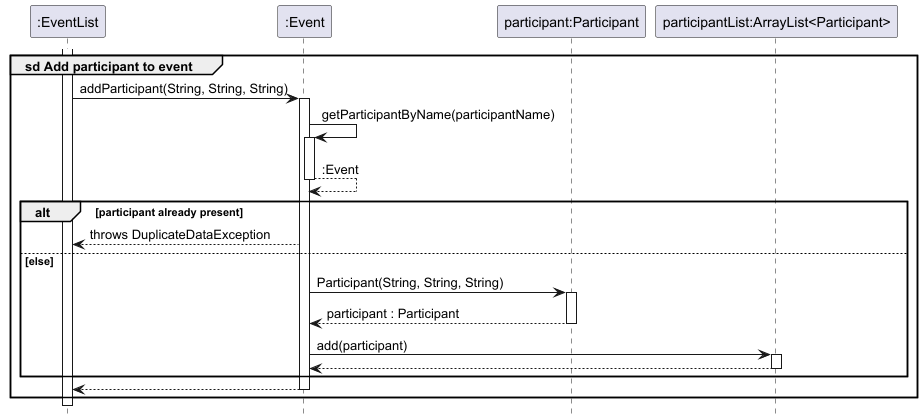
The PlantUML diagram docs/images/AddParticipantEventSequenceDiagram.png in nus-cs2113-AY2425S1/tp, before a commit.
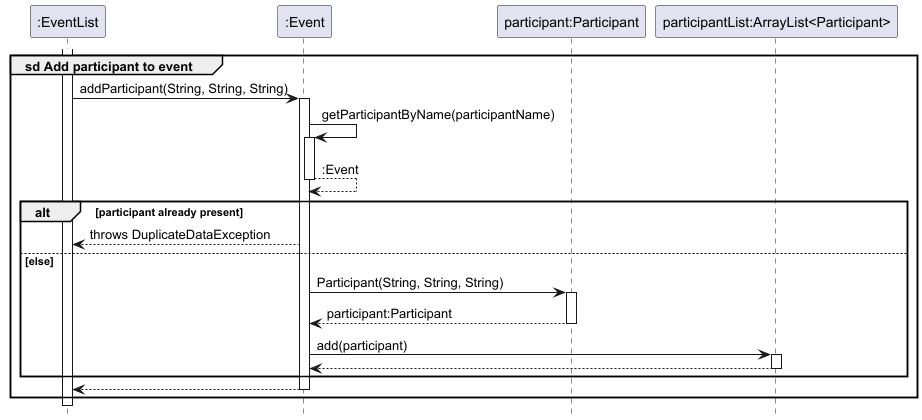
The same diagram one commit later.

Diff of the diagram source:
```diff
@@ -22,7 +22,7 @@
     else else
         event -> participant : Participant(String, String, String)
         activate participant
-        return participant : Participant
+        return participant:Participant
 
         event -> participantList : add(participant)
         activate participantList
```
